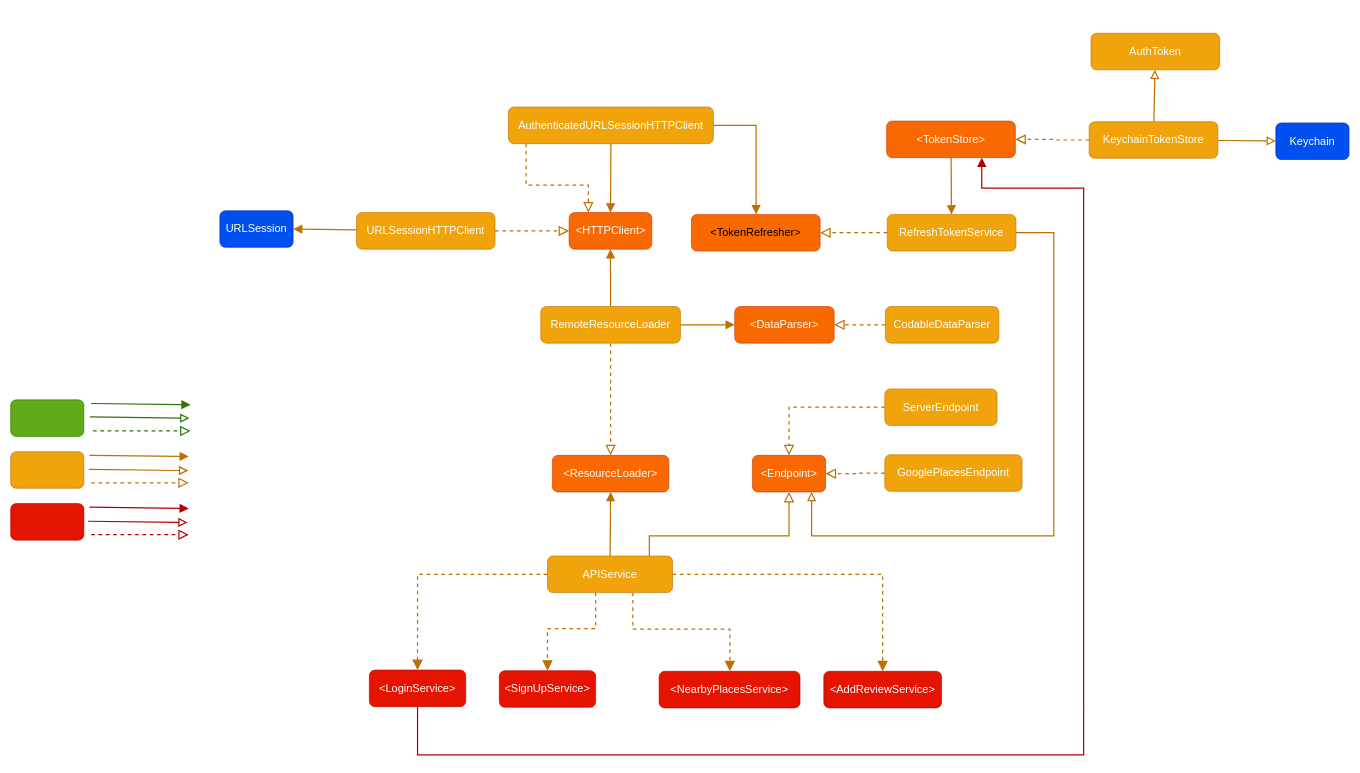
This is Diagrams/Foodybite Networking.drawio from marian-stanciulica/Foodybite, a draw.io file, before an edit. Source tidied: cells renumbered, new cells numbered last; positions are measured from the earlier drawing's top-left corner, leaving out a move shared by most shapes. Both pictures are drawn from the tidied source at 61%, with x=0, y=0 at pixel (10, 33).
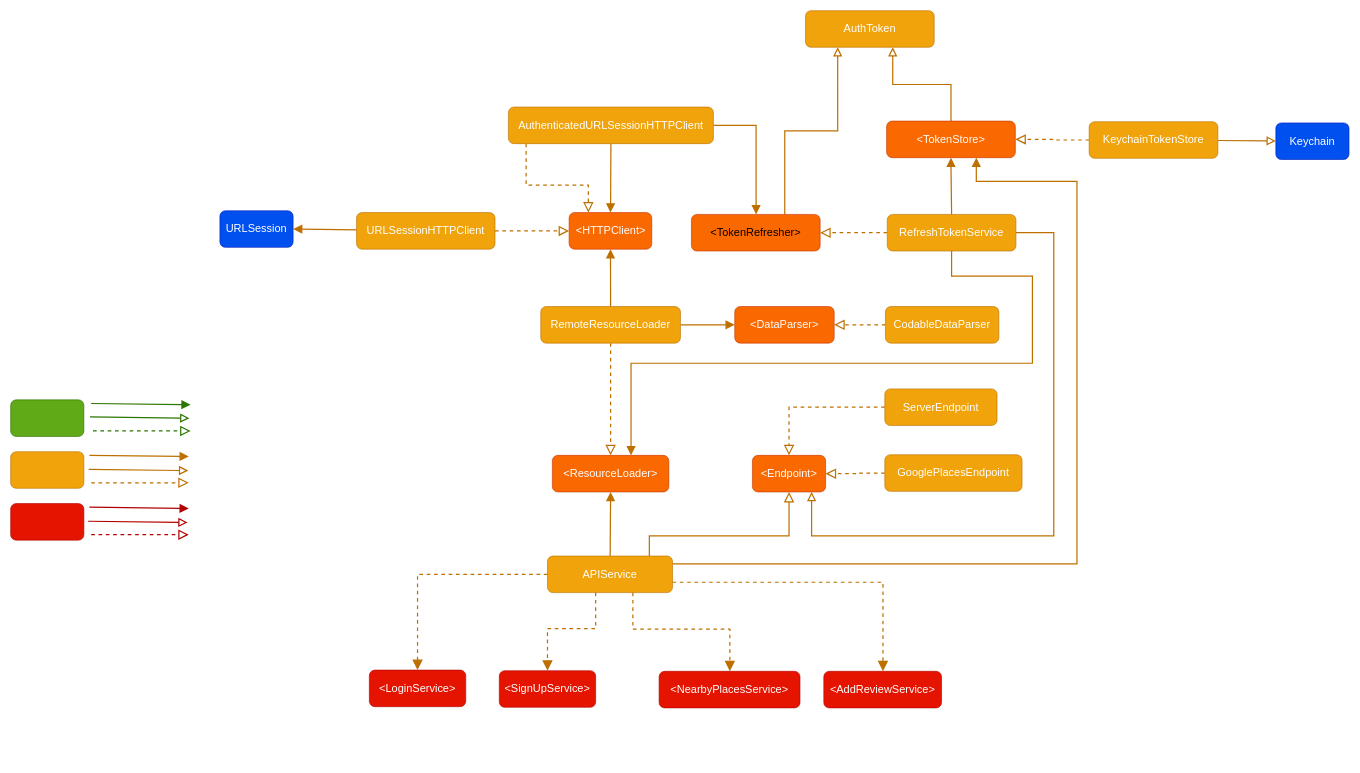
Above is the later version.

Commit message:
Networking Diagram Updated

The change refers to these unchanged cells:
```xml
<mxCell id="5" value="&lt;h2&gt;&lt;font style=&quot;font-weight: normal;&quot; color=&quot;#ffffff&quot;&gt;&amp;lt;ResourceLoader&amp;gt;&lt;/font&gt;&lt;/h2&gt;" style="rounded=1;whiteSpace=wrap;html=1;fillColor=#fa6800;fontColor=#000000;strokeColor=#C73500;" parent="1" vertex="1">
  <mxGeometry x="888" y="692" width="191" height="60" as="geometry" />
</mxCell>
<mxCell id="30" value="&amp;lt;LoginService&amp;gt;" style="rounded=1;whiteSpace=wrap;html=1;fillColor=#e51400;fontColor=#ffffff;strokeColor=#B20000;fontSize=18;align=center;" parent="1" vertex="1">
  <mxGeometry x="588" y="1044" width="158" height="60" as="geometry" />
</mxCell>
<mxCell id="33" value="&amp;lt;AddReviewService&amp;gt;" style="rounded=1;whiteSpace=wrap;html=1;fillColor=#e51400;fontColor=#ffffff;strokeColor=#B20000;fontSize=18;align=center;" parent="1" vertex="1">
  <mxGeometry x="1333" y="1046" width="193" height="60" as="geometry" />
</mxCell>
<mxCell id="40" value="APIService" style="rounded=1;whiteSpace=wrap;html=1;fillColor=#f0a30a;fontColor=#FFFFFF;strokeColor=#BD7000;fontSize=18;align=center;" parent="1" vertex="1">
  <mxGeometry x="880" y="857" width="205" height="60" as="geometry" />
</mxCell>
<mxCell id="48" value="&amp;lt;TokenRefresher&amp;gt;" style="rounded=1;whiteSpace=wrap;html=1;fillColor=#fa6800;fontColor=default;strokeColor=#C73500;fontSize=18;align=center;" parent="1" vertex="1">
  <mxGeometry x="1116" y="297" width="211" height="60" as="geometry" />
</mxCell>
<mxCell id="51" value="RefreshTokenService" style="rounded=1;whiteSpace=wrap;html=1;fillColor=#f0a30a;fontColor=#FFFFFF;strokeColor=#BD7000;fontSize=18;align=center;" parent="1" vertex="1">
  <mxGeometry x="1437" y="297" width="211" height="60" as="geometry" />
</mxCell>
<mxCell id="53" value="&amp;lt;TokenStore&amp;gt;" style="rounded=1;whiteSpace=wrap;html=1;fillColor=#fa6800;fontColor=#FFFFFF;strokeColor=#C73500;fontSize=18;align=center;" parent="1" vertex="1">
  <mxGeometry x="1436" y="144" width="211" height="60" as="geometry" />
</mxCell>
<mxCell id="57" value="KeychainTokenStore" style="rounded=1;whiteSpace=wrap;html=1;fillColor=#f0a30a;fontColor=#FFFFFF;strokeColor=#BD7000;fontSize=18;align=center;" parent="1" vertex="1">
  <mxGeometry x="1768" y="145" width="211" height="60" as="geometry" />
</mxCell>
```

Diff of the diagram source:
```diff
@@
-    <mxCell id="29" style="edgeStyle=orthogonalEdgeStyle;shape=connector;rounded=0;jumpStyle=line;jettySize=auto;html=1;labelBackgroundColor=default;strokeColor=#B20000;strokeWidth=2;fontFamily=Helvetica;fontSize=11;fontColor=default;endArrow=block;endFill=1;endSize=10;fillColor=#e51400;" parent="1" edge="1" source="30" target="53">
-      <mxGeometry relative="1" as="geometry">
-        <Array as="points">
-          <mxPoint x="667" y="1183" />
-          <mxPoint x="1759" y="1183" />
-          <mxPoint x="1759" y="254" />
-          <mxPoint x="1592" y="254" />
-        </Array>
-      </mxGeometry>
-    </mxCell>
@@
     <mxCell id="37" style="edgeStyle=orthogonalEdgeStyle;shape=connector;rounded=0;jettySize=auto;html=1;dashed=1;labelBackgroundColor=default;strokeColor=#BD7000;strokeWidth=2;fontFamily=Helvetica;fontSize=11;fontColor=default;endArrow=block;endFill=1;endSize=12;fillColor=#f0a30a;" parent="1" edge="1" source="40" target="33">
-      <mxGeometry relative="1" as="geometry" />
+      <mxGeometry relative="1" as="geometry">
+        <Array as="points">
+          <mxPoint x="1430" y="900" />
+        </Array>
+      </mxGeometry>
     </mxCell>
@@
+    <mxCell id="60" style="edgeStyle=orthogonalEdgeStyle;shape=connector;rounded=0;jumpStyle=line;jettySize=auto;html=1;labelBackgroundColor=default;strokeColor=#BD7000;strokeWidth=2;fontFamily=Helvetica;fontSize=11;fontColor=default;endArrow=block;endFill=1;endSize=10;fillColor=#f0a30a;" parent="1" edge="1" source="40" target="53">
+      <mxGeometry relative="1" as="geometry">
+        <Array as="points">
+          <mxPoint x="1748" y="870" />
+          <mxPoint x="1748" y="243" />
+          <mxPoint x="1583" y="243" />
+        </Array>
+      </mxGeometry>
+    </mxCell>
@@
+    <mxCell id="61" style="edgeStyle=orthogonalEdgeStyle;shape=connector;rounded=0;jumpStyle=line;jettySize=auto;html=1;entryX=0.25;entryY=1;entryDx=0;entryDy=0;labelBackgroundColor=default;strokeColor=#BD7000;strokeWidth=2;fontFamily=Helvetica;fontSize=11;fontColor=default;endArrow=block;endFill=0;endSize=10;fillColor=#f0a30a;" parent="1" edge="1" source="48" target="59">
+      <mxGeometry relative="1" as="geometry">
+        <Array as="points">
+          <mxPoint x="1269" y="160" />
+          <mxPoint x="1356" y="160" />
+        </Array>
+      </mxGeometry>
+    </mxCell>
@@
+    <mxCell id="62" style="edgeStyle=orthogonalEdgeStyle;shape=connector;rounded=0;jumpStyle=line;jettySize=auto;html=1;labelBackgroundColor=default;strokeColor=#BD7000;strokeWidth=2;fontFamily=Helvetica;fontSize=11;fontColor=default;endArrow=block;endFill=1;endSize=10;fillColor=#f0a30a;" parent="1" edge="1" source="51" target="53">
+      <mxGeometry relative="1" as="geometry" />
+    </mxCell>
+    <mxCell id="63" style="edgeStyle=orthogonalEdgeStyle;shape=connector;rounded=0;jumpStyle=line;jettySize=auto;html=1;labelBackgroundColor=default;strokeColor=#BD7000;strokeWidth=2;fontFamily=Helvetica;fontSize=11;fontColor=default;endArrow=block;endFill=1;endSize=10;fillColor=#f0a30a;" parent="1" edge="1" source="51" target="5">
+      <mxGeometry relative="1" as="geometry">
+        <Array as="points">
+          <mxPoint x="1543" y="398" />
+          <mxPoint x="1675" y="398" />
+          <mxPoint x="1675" y="541" />
+          <mxPoint x="1017" y="541" />
+        </Array>
+      </mxGeometry>
+    </mxCell>
@@
-    <mxCell id="52" style="edgeStyle=none;shape=connector;rounded=0;jumpStyle=line;jettySize=auto;html=1;labelBackgroundColor=default;strokeColor=#BD7000;strokeWidth=2;fontFamily=Helvetica;fontSize=11;fontColor=default;endArrow=block;endFill=1;endSize=10;fillColor=#f0a30a;" parent="1" edge="1" source="53" target="51">
-      <mxGeometry relative="1" as="geometry" />
-    </mxCell>
+    <mxCell id="64" style="edgeStyle=orthogonalEdgeStyle;shape=connector;rounded=0;jumpStyle=line;jettySize=auto;html=1;labelBackgroundColor=default;strokeColor=#BD7000;strokeWidth=2;fontFamily=Helvetica;fontSize=11;fontColor=default;endArrow=block;endFill=0;endSize=10;fillColor=#f0a30a;" parent="1" edge="1" source="53" target="59">
+      <mxGeometry relative="1" as="geometry">
+        <Array as="points">
+          <mxPoint x="1542" y="84" />
+          <mxPoint x="1446" y="84" />
+        </Array>
+      </mxGeometry>
+    </mxCell>
@@
-    <mxCell id="56" style="edgeStyle=none;shape=connector;rounded=0;jumpStyle=line;jettySize=auto;html=1;labelBackgroundColor=default;strokeColor=#BD7000;strokeWidth=2;fontFamily=Helvetica;fontSize=11;fontColor=default;endArrow=block;endFill=0;endSize=10;fillColor=#f0a30a;" parent="1" edge="1" source="57" target="59">
-      <mxGeometry relative="1" as="geometry" />
-    </mxCell>
@@
     <mxCell id="59" value="AuthToken" style="rounded=1;whiteSpace=wrap;html=1;fillColor=#f0a30a;fontColor=#FFFFFF;strokeColor=#BD7000;fontSize=18;align=center;" parent="1" vertex="1">
-      <mxGeometry x="1771" width="211" height="60" as="geometry" />
+      <mxGeometry x="1303" y="-37" width="211" height="60" as="geometry" />
     </mxCell>
```
